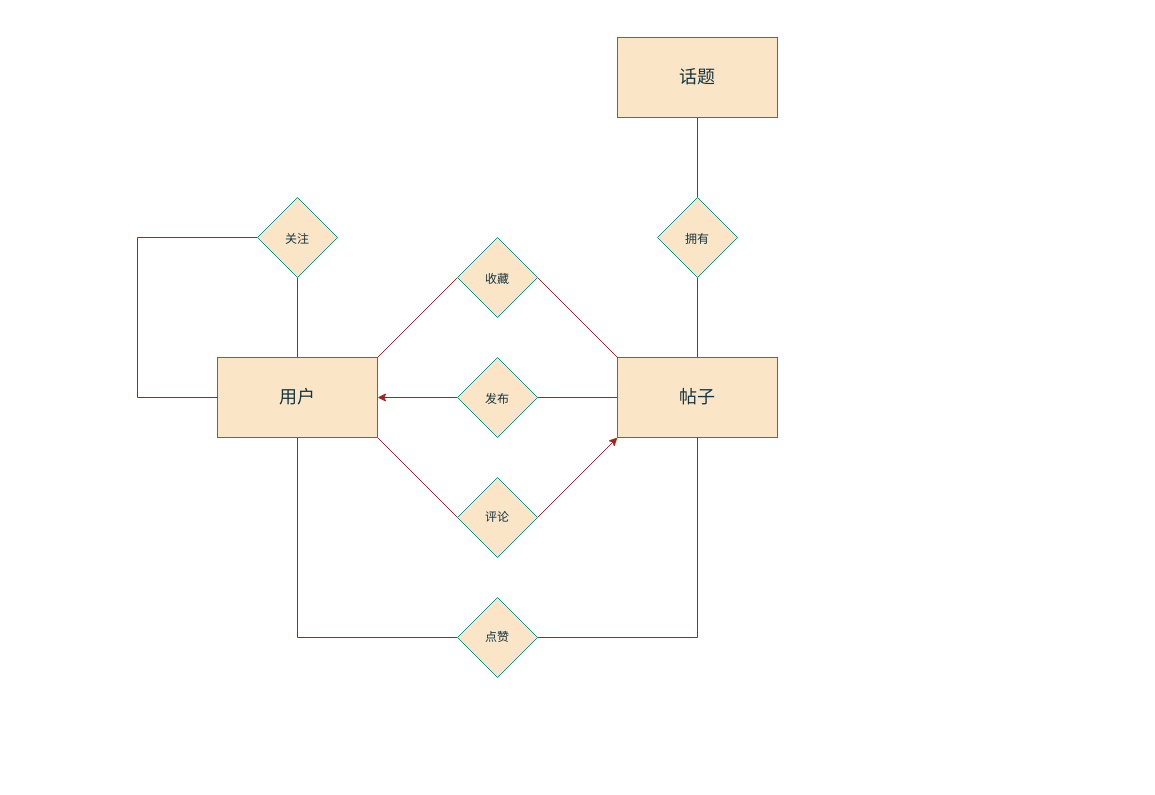
Earlier version of the draw.io diagram map/minihubER.drawio (msqtt/Sources). Source tidied: cells renumbered, new cells numbered last; positions are measured from the earlier drawing's top-left corner, leaving out a move shared by most shapes. Both pictures are drawn from the tidied source at 100%, with x=0, y=0 at pixel (137, 37).
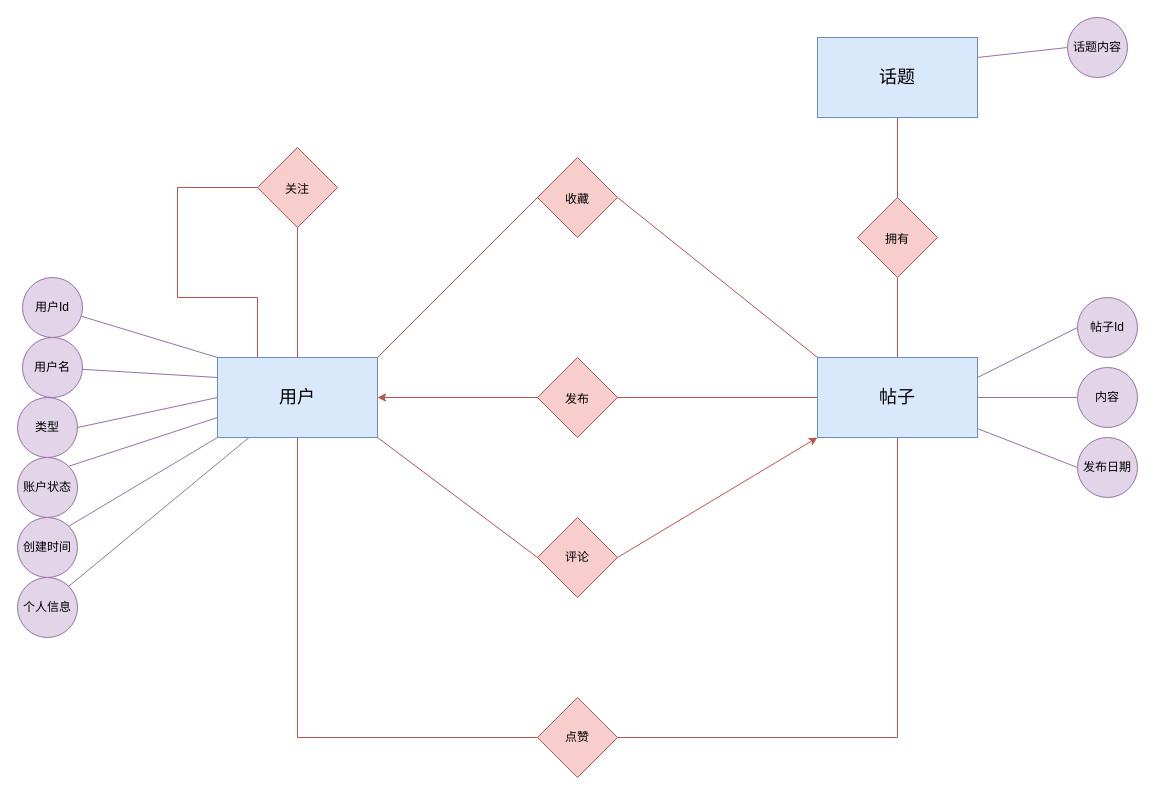
After the change.

Diff of the diagram source:
```diff
@@
-    <mxCell id="2" style="rounded=0;jettySize=auto;html=1;strokeColor=#A8201A;fontColor=#143642;fillColor=#FAE5C7;endArrow=none;endFill=0;entryX=0;entryY=0.5;entryDx=0;entryDy=0;" parent="1" edge="1" source="5" target="14">
+    <mxCell id="2" style="rounded=0;jettySize=auto;html=1;strokeColor=#b85450;fontColor=#143642;fillColor=#f8cecc;endArrow=none;endFill=0;entryX=0;entryY=0.5;entryDx=0;entryDy=0;strokeWidth=1;" parent="1" edge="1" source="5" target="14">
       <mxGeometry relative="1" as="geometry" />
     </mxCell>
-    <mxCell id="3" style="edgeStyle=orthogonalEdgeStyle;rounded=0;jettySize=auto;html=1;strokeColor=#A8201A;fontColor=#143642;fillColor=#FAE5C7;entryX=1;entryY=0.5;entryDx=0;entryDy=0;" parent="1" edge="1" source="5" target="12">
+    <mxCell id="3" style="edgeStyle=orthogonalEdgeStyle;rounded=0;jettySize=auto;html=1;strokeColor=#b85450;fontColor=#143642;fillColor=#f8cecc;entryX=1;entryY=0.5;entryDx=0;entryDy=0;strokeWidth=1;" parent="1" edge="1" source="5" target="12">
       <mxGeometry relative="1" as="geometry" />
     </mxCell>
-    <mxCell id="4" style="edgeStyle=orthogonalEdgeStyle;rounded=0;jettySize=auto;html=1;strokeColor=#A8201A;fontColor=#143642;fillColor=#FAE5C7;exitX=0.5;exitY=0;exitDx=0;exitDy=0;endArrow=none;endFill=0;" parent="1" edge="1" source="14" target="7">
+    <mxCell id="4" style="edgeStyle=orthogonalEdgeStyle;rounded=0;jettySize=auto;html=1;strokeColor=#b85450;fontColor=#143642;fillColor=#f8cecc;exitX=0.5;exitY=0;exitDx=0;exitDy=0;endArrow=none;endFill=0;strokeWidth=1;" parent="1" edge="1" source="14" target="7">
       <mxGeometry relative="1" as="geometry" />
     </mxCell>
-    <mxCell id="5" value="&lt;font style=&quot;font-size: 12px;&quot;&gt;发布&lt;/font&gt;" style="rhombus;whiteSpace=wrap;html=1;fontSize=18;fillColor=#FAE5C7;strokeColor=#0F8B8D;fontColor=#143642;labelBackgroundColor=none;" parent="1" vertex="1">
-      <mxGeometry x="320" y="320" width="80" height="80" as="geometry" />
-    </mxCell>
-    <mxCell id="6" style="edgeStyle=orthogonalEdgeStyle;rounded=0;jettySize=auto;html=1;strokeColor=#A8201A;fontColor=#143642;fillColor=#FAE5C7;entryX=0.5;entryY=1;entryDx=0;entryDy=0;endArrow=none;endFill=0;exitX=0.5;exitY=0;exitDx=0;exitDy=0;" parent="1" edge="1" source="7" target="13">
+    <mxCell id="6" style="edgeStyle=orthogonalEdgeStyle;rounded=0;jettySize=auto;html=1;strokeColor=#b85450;fontColor=#143642;fillColor=#f8cecc;entryX=0.5;entryY=1;entryDx=0;entryDy=0;endArrow=none;endFill=0;exitX=0.5;exitY=0;exitDx=0;exitDy=0;strokeWidth=1;" parent="1" edge="1" source="7" target="13">
       <mxGeometry relative="1" as="geometry" />
     </mxCell>
-    <mxCell id="7" value="&lt;font style=&quot;font-size: 12px;&quot;&gt;拥有&lt;/font&gt;" style="rhombus;whiteSpace=wrap;html=1;fontSize=18;fillColor=#FAE5C7;strokeColor=#0F8B8D;fontColor=#143642;labelBackgroundColor=none;" parent="1" vertex="1">
-      <mxGeometry x="520" y="160" width="80" height="80" as="geometry" />
-    </mxCell>
-    <mxCell id="8" style="rounded=0;jettySize=auto;html=1;entryX=0;entryY=0.5;entryDx=0;entryDy=0;strokeColor=#A8201A;fontColor=#143642;fillColor=#FAE5C7;exitX=1;exitY=1;exitDx=0;exitDy=0;endArrow=none;endFill=0;" parent="1" edge="1" source="12" target="16">
+    <mxCell id="8" style="rounded=0;jettySize=auto;html=1;entryX=0;entryY=0.5;entryDx=0;entryDy=0;strokeColor=#b85450;fontColor=#143642;fillColor=#f8cecc;exitX=1;exitY=1;exitDx=0;exitDy=0;endArrow=none;endFill=0;strokeWidth=1;" parent="1" edge="1" source="12" target="16">
       <mxGeometry relative="1" as="geometry" />
     </mxCell>
-    <mxCell id="9" style="rounded=0;jettySize=auto;html=1;entryX=0;entryY=0.5;entryDx=0;entryDy=0;strokeColor=#A8201A;fontColor=#143642;fillColor=#FAE5C7;exitX=0.5;exitY=1;exitDx=0;exitDy=0;edgeStyle=orthogonalEdgeStyle;endArrow=none;endFill=0;" parent="1" edge="1" source="12" target="18">
+    <mxCell id="9" style="rounded=0;jettySize=auto;html=1;entryX=0;entryY=0.5;entryDx=0;entryDy=0;strokeColor=#b85450;fontColor=#143642;fillColor=#f8cecc;exitX=0.5;exitY=1;exitDx=0;exitDy=0;edgeStyle=orthogonalEdgeStyle;endArrow=none;endFill=0;strokeWidth=1;" parent="1" edge="1" source="12" target="18">
       <mxGeometry relative="1" as="geometry" />
     </mxCell>
-    <mxCell id="10" style="rounded=0;jettySize=auto;html=1;entryX=1;entryY=0;entryDx=0;entryDy=0;strokeColor=#A8201A;fontColor=#143642;fillColor=#FAE5C7;exitX=0;exitY=0.5;exitDx=0;exitDy=0;endArrow=none;endFill=0;" parent="1" edge="1" source="20" target="12">
+    <mxCell id="10" style="rounded=0;jettySize=auto;html=1;entryX=1;entryY=0;entryDx=0;entryDy=0;strokeColor=#b85450;fontColor=#143642;fillColor=#f8cecc;exitX=0;exitY=0.5;exitDx=0;exitDy=0;endArrow=none;endFill=0;strokeWidth=1;" parent="1" edge="1" source="20" target="12">
       <mxGeometry relative="1" as="geometry" />
     </mxCell>
-    <mxCell id="11" style="edgeStyle=orthogonalEdgeStyle;rounded=0;jettySize=auto;html=1;entryX=0.5;entryY=1;entryDx=0;entryDy=0;strokeColor=#A8201A;fontColor=#143642;fillColor=#FAE5C7;endArrow=none;endFill=0;" parent="1" edge="1" source="12" target="22">
+    <mxCell id="11" style="edgeStyle=orthogonalEdgeStyle;rounded=0;jettySize=auto;html=1;entryX=0.5;entryY=1;entryDx=0;entryDy=0;strokeColor=#b85450;fontColor=#143642;fillColor=#f8cecc;endArrow=none;endFill=0;strokeWidth=1;" parent="1" edge="1" source="12" target="22">
       <mxGeometry relative="1" as="geometry" />
     </mxCell>
+    <mxCell id="23" style="rounded=0;jettySize=auto;html=1;strokeColor=#9673a6;fontColor=#143642;fillColor=#e1d5e7;exitX=0;exitY=0.25;exitDx=0;exitDy=0;endArrow=none;endFill=0;" parent="1" edge="1" source="12" target="33">
+      <mxGeometry relative="1" as="geometry" />
+    </mxCell>
+    <mxCell id="24" style="rounded=0;jettySize=auto;html=1;strokeColor=#9673a6;fontColor=#143642;fillColor=#e1d5e7;exitX=0;exitY=0;exitDx=0;exitDy=0;endArrow=none;endFill=0;" parent="1" edge="1" source="12" target="34">
+      <mxGeometry relative="1" as="geometry" />
+    </mxCell>
+    <mxCell id="25" style="edgeStyle=none;shape=connector;rounded=0;jettySize=auto;html=1;exitX=0;exitY=0.5;exitDx=0;exitDy=0;entryX=1;entryY=0.5;entryDx=0;entryDy=0;labelBackgroundColor=default;strokeColor=#9673a6;fontFamily=Helvetica;fontSize=11;fontColor=#143642;endArrow=none;fillColor=#e1d5e7;endFill=0;" parent="1" edge="1" source="12" target="35">
+      <mxGeometry relative="1" as="geometry" />
+    </mxCell>
+    <mxCell id="26" style="edgeStyle=none;shape=connector;rounded=0;jettySize=auto;html=1;exitX=0;exitY=1;exitDx=0;exitDy=0;entryX=1;entryY=0;entryDx=0;entryDy=0;labelBackgroundColor=default;strokeColor=#9673a6;fontFamily=Helvetica;fontSize=11;fontColor=#143642;endArrow=none;fillColor=#e1d5e7;endFill=0;" parent="1" edge="1" source="12" target="36">
+      <mxGeometry relative="1" as="geometry" />
+    </mxCell>
+    <mxCell id="27" style="edgeStyle=none;shape=connector;rounded=0;jettySize=auto;html=1;exitX=0;exitY=0.75;exitDx=0;exitDy=0;entryX=1;entryY=0;entryDx=0;entryDy=0;labelBackgroundColor=default;strokeColor=#9673a6;fontFamily=Helvetica;fontSize=11;fontColor=#143642;endArrow=none;fillColor=#e1d5e7;endFill=0;" parent="1" edge="1" source="12" target="37">
+      <mxGeometry relative="1" as="geometry" />
+    </mxCell>
+    <mxCell id="28" style="edgeStyle=none;shape=connector;rounded=0;jettySize=auto;html=1;labelBackgroundColor=default;strokeColor=#9673a6;fontFamily=Helvetica;fontSize=11;fontColor=#143642;endArrow=none;endFill=0;fillColor=#e1d5e7;entryX=1;entryY=0;entryDx=0;entryDy=0;" parent="1" edge="1" source="12" target="39">
+      <mxGeometry relative="1" as="geometry" />
+    </mxCell>
-    <mxCell id="12" value="&lt;font style=&quot;font-size: 18px;&quot;&gt;用户&lt;/font&gt;" style="rounded=0;whiteSpace=wrap;html=1;strokeColor=#0F8B8D;fontColor=#143642;fillColor=#FAE5C7;" parent="1" vertex="1">
+    <mxCell id="12" value="&lt;font style=&quot;font-size: 18px;&quot;&gt;用户&lt;/font&gt;" style="rounded=0;whiteSpace=wrap;html=1;strokeColor=#6c8ebf;fillColor=#dae8fc;" parent="1" vertex="1">
       <mxGeometry x="80" y="320" width="160" height="80" as="geometry" />
     </mxCell>
+    <mxCell id="29" style="edgeStyle=none;shape=connector;rounded=0;jettySize=auto;html=1;exitX=1;exitY=0.25;exitDx=0;exitDy=0;entryX=0;entryY=0.5;entryDx=0;entryDy=0;labelBackgroundColor=default;strokeColor=#9673a6;fontFamily=Helvetica;fontSize=11;fontColor=#143642;endArrow=none;endFill=0;fillColor=#e1d5e7;" parent="1" edge="1" source="13" target="42">
+      <mxGeometry relative="1" as="geometry" />
+    </mxCell>
-    <mxCell id="13" value="话题" style="rounded=0;whiteSpace=wrap;html=1;strokeColor=#0F8B8D;fontColor=#143642;fillColor=#FAE5C7;fontSize=18;" parent="1" vertex="1">
-      <mxGeometry x="480" width="160" height="80" as="geometry" />
+    <mxCell id="13" value="话题" style="rounded=0;whiteSpace=wrap;html=1;strokeColor=#6c8ebf;fillColor=#dae8fc;fontSize=18;" parent="1" vertex="1">
+      <mxGeometry x="680" width="160" height="80" as="geometry" />
     </mxCell>
+    <mxCell id="30" style="edgeStyle=none;shape=connector;rounded=0;jettySize=auto;html=1;entryX=0;entryY=0.5;entryDx=0;entryDy=0;labelBackgroundColor=default;strokeColor=#9673a6;fontFamily=Helvetica;fontSize=11;fontColor=#143642;endArrow=none;endFill=0;fillColor=#e1d5e7;" parent="1" edge="1" source="14" target="38">
+      <mxGeometry relative="1" as="geometry" />
+    </mxCell>
+    <mxCell id="31" style="edgeStyle=none;shape=connector;rounded=0;jettySize=auto;html=1;exitX=1;exitY=0.25;exitDx=0;exitDy=0;entryX=0;entryY=0.5;entryDx=0;entryDy=0;labelBackgroundColor=default;strokeColor=#9673a6;fontFamily=Helvetica;fontSize=11;fontColor=#143642;endArrow=none;endFill=0;fillColor=#e1d5e7;" parent="1" edge="1" source="14" target="40">
+      <mxGeometry relative="1" as="geometry" />
+    </mxCell>
+    <mxCell id="32" style="edgeStyle=none;shape=connector;rounded=0;jettySize=auto;html=1;exitX=1;exitY=0.5;exitDx=0;exitDy=0;entryX=0;entryY=0.5;entryDx=0;entryDy=0;labelBackgroundColor=default;strokeColor=#9673a6;fontFamily=Helvetica;fontSize=11;fontColor=#143642;endArrow=none;endFill=0;fillColor=#e1d5e7;" parent="1" edge="1" source="14" target="41">
+      <mxGeometry relative="1" as="geometry" />
+    </mxCell>
-    <mxCell id="14" value="帖子" style="rounded=0;whiteSpace=wrap;html=1;strokeColor=#0F8B8D;fontColor=#143642;fillColor=#FAE5C7;fontSize=18;" parent="1" vertex="1">
-      <mxGeometry x="480" y="320" width="160" height="80" as="geometry" />
+    <mxCell id="14" value="帖子" style="rounded=0;whiteSpace=wrap;html=1;strokeColor=#6c8ebf;fillColor=#dae8fc;fontSize=18;" parent="1" vertex="1">
+      <mxGeometry x="680" y="320" width="160" height="80" as="geometry" />
     </mxCell>
-    <mxCell id="15" style="rounded=0;jettySize=auto;html=1;entryX=0;entryY=1;entryDx=0;entryDy=0;strokeColor=#A8201A;fontColor=#143642;fillColor=#FAE5C7;exitX=1;exitY=0.5;exitDx=0;exitDy=0;" parent="1" edge="1" source="16" target="14">
+    <mxCell id="15" style="rounded=0;jettySize=auto;html=1;entryX=0;entryY=1;entryDx=0;entryDy=0;strokeColor=#b85450;fontColor=#143642;fillColor=#f8cecc;exitX=1;exitY=0.5;exitDx=0;exitDy=0;strokeWidth=1;" parent="1" edge="1" source="16" target="14">
       <mxGeometry relative="1" as="geometry" />
     </mxCell>
+    <mxCell id="17" style="edgeStyle=orthogonalEdgeStyle;rounded=0;jettySize=auto;html=1;entryX=0.5;entryY=1;entryDx=0;entryDy=0;strokeColor=#b85450;fontColor=#143642;fillColor=#f8cecc;endArrow=none;endFill=0;strokeWidth=1;" parent="1" edge="1" source="18" target="14">
+      <mxGeometry relative="1" as="geometry" />
+    </mxCell>
+    <mxCell id="19" style="rounded=0;jettySize=auto;html=1;entryX=0;entryY=0;entryDx=0;entryDy=0;strokeColor=#b85450;fontColor=#143642;fillColor=#f8cecc;exitX=1;exitY=0.5;exitDx=0;exitDy=0;endArrow=none;endFill=0;strokeWidth=1;" parent="1" edge="1" source="20" target="14">
+      <mxGeometry relative="1" as="geometry" />
+    </mxCell>
+    <mxCell id="21" style="edgeStyle=orthogonalEdgeStyle;rounded=0;jettySize=auto;html=1;entryX=0.25;entryY=0;entryDx=0;entryDy=0;strokeColor=#b85450;fontColor=#143642;fillColor=#f8cecc;exitX=0;exitY=0.5;exitDx=0;exitDy=0;endArrow=none;endFill=0;strokeWidth=1;" parent="1" edge="1" source="22" target="12">
+      <mxGeometry relative="1" as="geometry">
+        <Array as="points">
+          <mxPoint x="40" y="150" />
+          <mxPoint x="40" y="260" />
+          <mxPoint x="120" y="260" />
+        </Array>
+      </mxGeometry>
+    </mxCell>
+    <mxCell id="33" value="用户名" style="ellipse;whiteSpace=wrap;html=1;fillColor=#e1d5e7;strokeColor=#9673a6;rounded=0;" parent="1" vertex="1">
+      <mxGeometry x="-115" y="300" width="60" height="60" as="geometry" />
+    </mxCell>
+    <mxCell id="34" value="用户Id" style="ellipse;whiteSpace=wrap;html=1;fillColor=#e1d5e7;strokeColor=#9673a6;rounded=0;" parent="1" vertex="1">
+      <mxGeometry x="-115" y="240" width="60" height="60" as="geometry" />
+    </mxCell>
+    <mxCell id="5" value="&lt;font style=&quot;font-size: 12px;&quot;&gt;发布&lt;/font&gt;" style="rhombus;whiteSpace=wrap;html=1;fontSize=18;fillColor=#f8cecc;strokeColor=#b85450;labelBackgroundColor=none;" parent="1" vertex="1">
+      <mxGeometry x="400" y="320" width="80" height="80" as="geometry" />
+    </mxCell>
+    <mxCell id="7" value="&lt;font style=&quot;font-size: 12px;&quot;&gt;拥有&lt;/font&gt;" style="rhombus;whiteSpace=wrap;html=1;fontSize=18;fillColor=#f8cecc;strokeColor=#b85450;labelBackgroundColor=none;" parent="1" vertex="1">
+      <mxGeometry x="720" y="160" width="80" height="80" as="geometry" />
+    </mxCell>
-    <mxCell id="16" value="评论" style="rhombus;whiteSpace=wrap;html=1;fontSize=12;fillColor=#FAE5C7;strokeColor=#0F8B8D;fontColor=#143642;labelBackgroundColor=none;" parent="1" vertex="1">
-      <mxGeometry x="320" y="440" width="80" height="80" as="geometry" />
+    <mxCell id="16" value="评论" style="rhombus;whiteSpace=wrap;html=1;fontSize=12;fillColor=#f8cecc;strokeColor=#b85450;labelBackgroundColor=none;" parent="1" vertex="1">
+      <mxGeometry x="400" y="480" width="80" height="80" as="geometry" />
     </mxCell>
-    <mxCell id="17" style="edgeStyle=orthogonalEdgeStyle;rounded=0;jettySize=auto;html=1;entryX=0.5;entryY=1;entryDx=0;entryDy=0;strokeColor=#A8201A;fontColor=#143642;fillColor=#FAE5C7;endArrow=none;endFill=0;" parent="1" edge="1" source="18" target="14">
-      <mxGeometry relative="1" as="geometry" />
-    </mxCell>
-    <mxCell id="18" value="点赞" style="rhombus;whiteSpace=wrap;html=1;fontSize=12;fillColor=#FAE5C7;strokeColor=#0F8B8D;fontColor=#143642;labelBackgroundColor=none;" parent="1" vertex="1">
-      <mxGeometry x="320" y="560" width="80" height="80" as="geometry" />
+    <mxCell id="18" value="点赞" style="rhombus;whiteSpace=wrap;html=1;fontSize=12;fillColor=#f8cecc;strokeColor=#b85450;labelBackgroundColor=none;" parent="1" vertex="1">
+      <mxGeometry x="400" y="660" width="80" height="80" as="geometry" />
     </mxCell>
-    <mxCell id="19" style="rounded=0;jettySize=auto;html=1;entryX=0;entryY=0;entryDx=0;entryDy=0;strokeColor=#A8201A;fontColor=#143642;fillColor=#FAE5C7;exitX=1;exitY=0.5;exitDx=0;exitDy=0;endArrow=none;endFill=0;" parent="1" edge="1" source="20" target="14">
-      <mxGeometry relative="1" as="geometry" />
-    </mxCell>
-    <mxCell id="20" value="&lt;font style=&quot;font-size: 12px;&quot;&gt;收藏&lt;/font&gt;" style="rhombus;whiteSpace=wrap;html=1;fontSize=18;fillColor=#FAE5C7;strokeColor=#0F8B8D;fontColor=#143642;labelBackgroundColor=none;" parent="1" vertex="1">
-      <mxGeometry x="320" y="200" width="80" height="80" as="geometry" />
+    <mxCell id="20" value="&lt;font style=&quot;font-size: 12px;&quot;&gt;收藏&lt;/font&gt;" style="rhombus;whiteSpace=wrap;html=1;fontSize=18;fillColor=#f8cecc;strokeColor=#b85450;labelBackgroundColor=none;" parent="1" vertex="1">
+      <mxGeometry x="400" y="120" width="80" height="80" as="geometry" />
     </mxCell>
-    <mxCell id="21" style="edgeStyle=orthogonalEdgeStyle;rounded=0;jettySize=auto;html=1;entryX=0;entryY=0.5;entryDx=0;entryDy=0;strokeColor=#A8201A;fontColor=#143642;fillColor=#FAE5C7;exitX=0;exitY=0.5;exitDx=0;exitDy=0;endArrow=none;endFill=0;" parent="1" edge="1" source="22" target="12">
-      <mxGeometry relative="1" as="geometry">
-        <Array as="points">
-          <mxPoint y="200" />
-          <mxPoint y="360" />
-        </Array>
-      </mxGeometry>
-    </mxCell>
-    <mxCell id="22" value="&lt;font style=&quot;font-size: 12px;&quot;&gt;关注&lt;/font&gt;" style="rhombus;whiteSpace=wrap;html=1;fontSize=18;fillColor=#FAE5C7;strokeColor=#0F8B8D;fontColor=#143642;labelBackgroundColor=none;" parent="1" vertex="1">
-      <mxGeometry x="120" y="160" width="80" height="80" as="geometry" />
+    <mxCell id="22" value="&lt;font style=&quot;font-size: 12px;&quot;&gt;关注&lt;/font&gt;" style="rhombus;whiteSpace=wrap;html=1;fontSize=18;fillColor=#f8cecc;strokeColor=#b85450;labelBackgroundColor=none;" parent="1" vertex="1">
+      <mxGeometry x="120" y="110" width="80" height="80" as="geometry" />
     </mxCell>
+    <mxCell id="35" value="类型" style="ellipse;whiteSpace=wrap;html=1;fillColor=#e1d5e7;strokeColor=#9673a6;rounded=0;" parent="1" vertex="1">
+      <mxGeometry x="-120" y="360" width="60" height="60" as="geometry" />
+    </mxCell>
+    <mxCell id="36" value="创建时间" style="ellipse;whiteSpace=wrap;html=1;fillColor=#e1d5e7;strokeColor=#9673a6;rounded=0;" parent="1" vertex="1">
+      <mxGeometry x="-120" y="480" width="60" height="60" as="geometry" />
+    </mxCell>
+    <mxCell id="37" value="账户状态" style="ellipse;whiteSpace=wrap;html=1;fillColor=#e1d5e7;strokeColor=#9673a6;rounded=0;" parent="1" vertex="1">
+      <mxGeometry x="-120" y="420" width="60" height="60" as="geometry" />
+    </mxCell>
+    <mxCell id="38" value="发布日期" style="ellipse;whiteSpace=wrap;html=1;fillColor=#e1d5e7;strokeColor=#9673a6;rounded=0;" parent="1" vertex="1">
+      <mxGeometry x="940" y="400" width="60" height="60" as="geometry" />
+    </mxCell>
+    <mxCell id="39" value="个人信息" style="ellipse;whiteSpace=wrap;html=1;fillColor=#e1d5e7;strokeColor=#9673a6;rounded=0;" parent="1" vertex="1">
+      <mxGeometry x="-120" y="540" width="60" height="60" as="geometry" />
+    </mxCell>
+    <mxCell id="40" value="帖子Id" style="ellipse;whiteSpace=wrap;html=1;fillColor=#e1d5e7;strokeColor=#9673a6;rounded=0;" parent="1" vertex="1">
+      <mxGeometry x="940" y="260" width="60" height="60" as="geometry" />
+    </mxCell>
+    <mxCell id="41" value="内容" style="ellipse;whiteSpace=wrap;html=1;fillColor=#e1d5e7;strokeColor=#9673a6;rounded=0;" parent="1" vertex="1">
+      <mxGeometry x="940" y="330" width="60" height="60" as="geometry" />
+    </mxCell>
+    <mxCell id="42" value="&lt;div&gt;话题内容&lt;/div&gt;" style="ellipse;whiteSpace=wrap;html=1;fillColor=#e1d5e7;strokeColor=#9673a6;rounded=0;" parent="1" vertex="1">
+      <mxGeometry x="930" y="-20" width="60" height="60" as="geometry" />
+    </mxCell>
```
